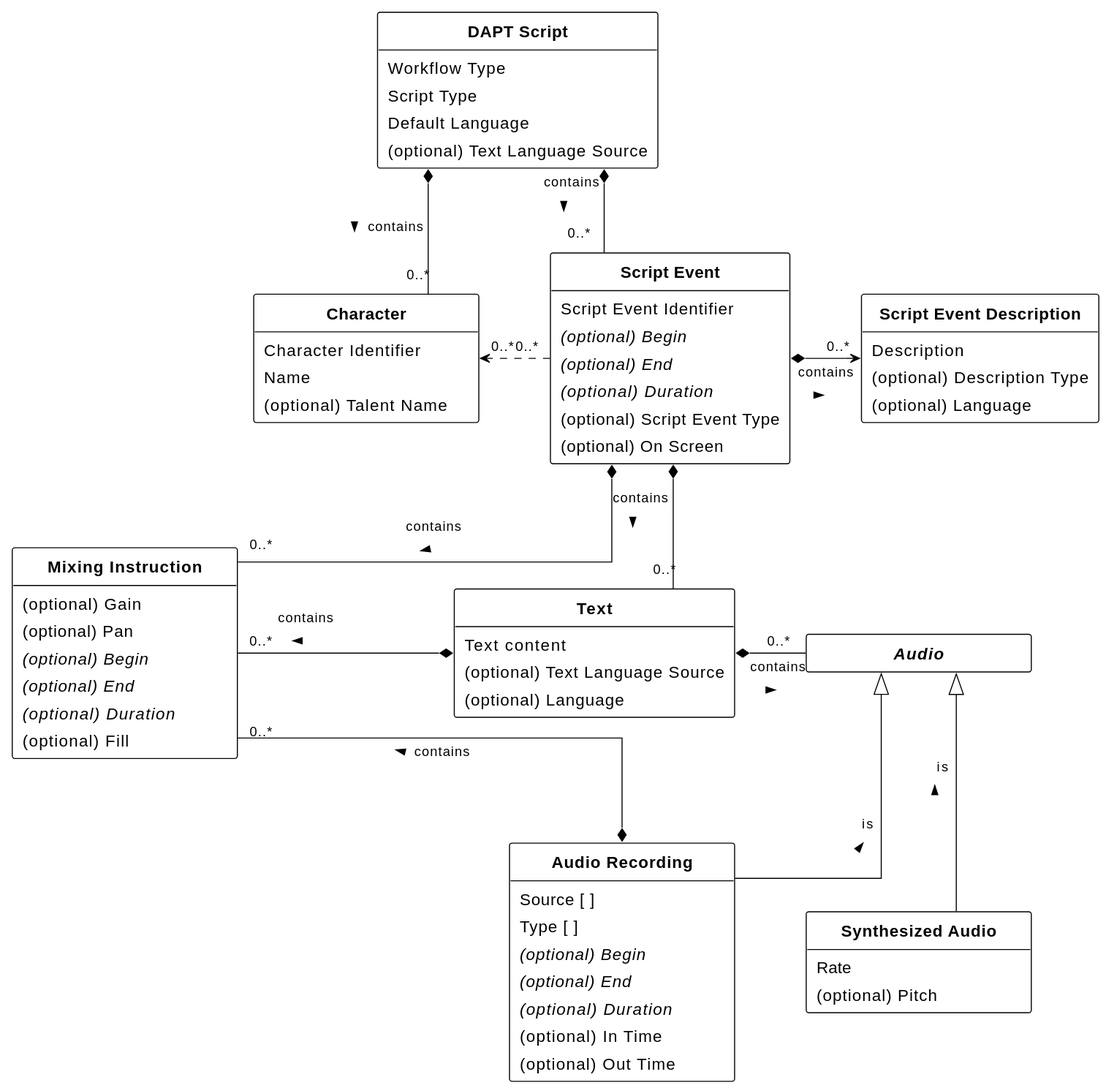
w3c/dapt keeps this PlantUML diagram as figures/class-diagram.svg. Above is the earlier version.
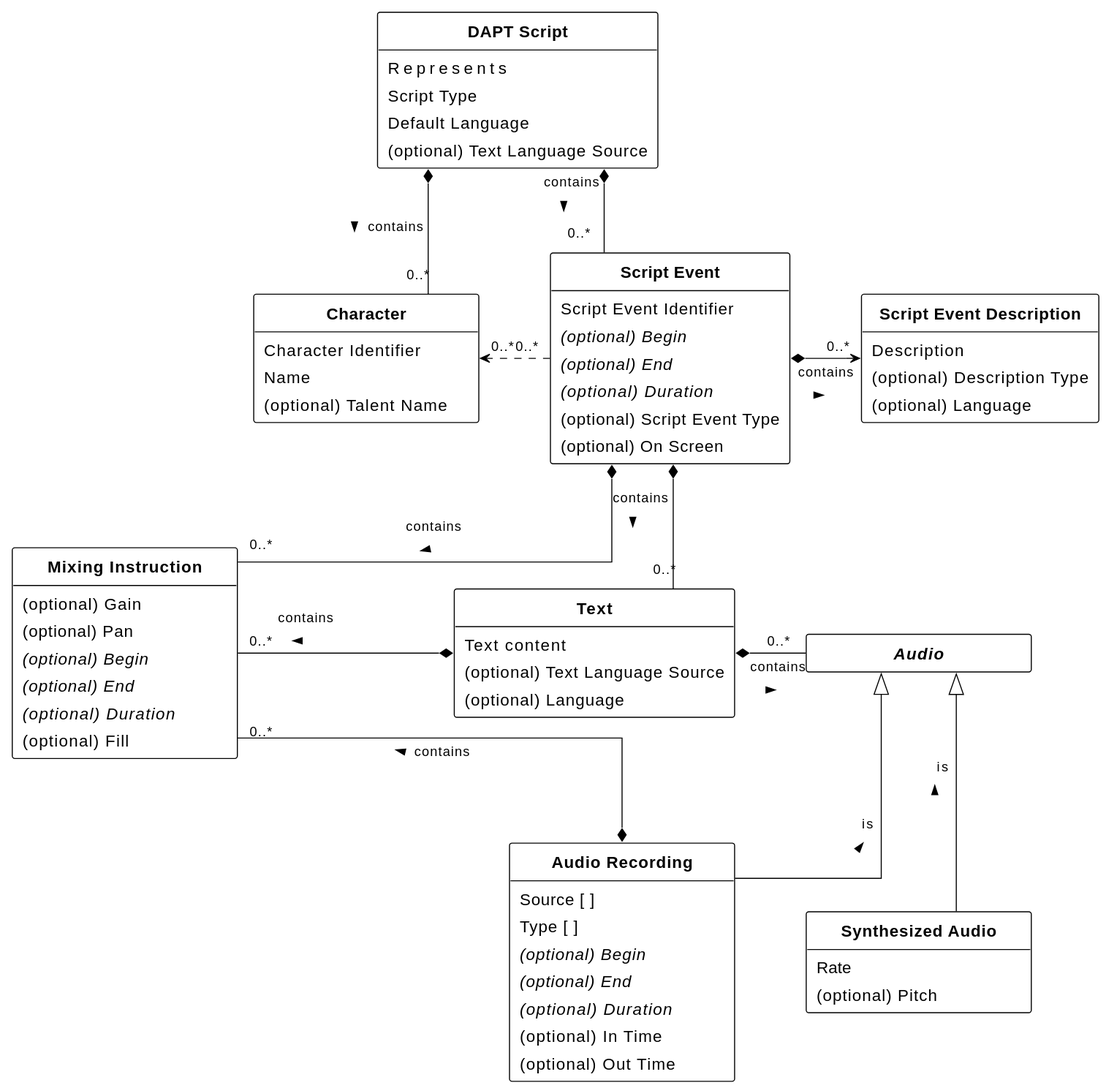
The same file after the commit.

The edit, as a diff of the source:
```diff
@@ -12,7 +12,7 @@
 skinparam MinClassWidth 220
 
 Class DAPTScript as "**DAPT Script**" [[#dapt-script]] {
-    Workflow Type [[[#workflow-type]]]
+    Alternative For [[[#alternative-for]]]
     Script Type [[[#script-type]]]
     Default Language [[[#default-language]]]
     {field} (optional) Text Language Source [[[#text-language-source]]]
```
